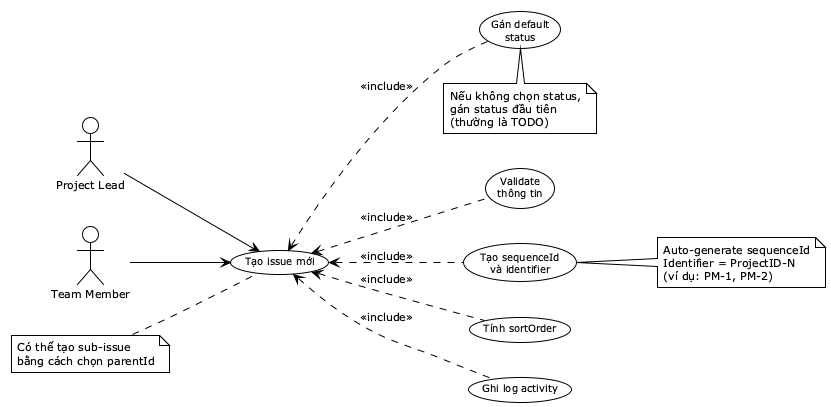
Earlier version of the PlantUML export reports/dat-examples/report/images/uc03_1_create_issue.png (toantran292/datn). Its diagram source:
```plantuml
@startuml
!theme plain
skinparam defaultFontSize 11
skinparam usecaseFontSize 10

left to right direction

actor "Project Lead" as PL
actor "Team Member" as TM

usecase "Tạo issue mới" as UC_Create
usecase "Validate\nthông tin" as UC_Validate
usecase "Tạo sequenceId\nvà identifier" as UC_GenID
usecase "Gán default\nstatus" as UC_DefaultStatus
usecase "Tính sortOrder" as UC_SortOrder
usecase "Ghi log activity" as UC_LogActivity

PL --> UC_Create
TM --> UC_Create

UC_Validate .up.> UC_Create : <<include>>
UC_GenID .up.> UC_Create : <<include>>
UC_DefaultStatus .up.> UC_Create : <<include>>
UC_SortOrder .up.> UC_Create : <<include>>
UC_LogActivity .up.> UC_Create : <<include>>

note right of UC_GenID
  Auto-generate sequenceId
  Identifier = ProjectID-N
  (ví dụ: PM-1, PM-2)
end note

note bottom of UC_DefaultStatus
  Nếu không chọn status,
  gán status đầu tiên
  (thường là TODO)
end note

note left of UC_Create
  Có thể tạo sub-issue
  bằng cách chọn parentId
end note

@enduml
```
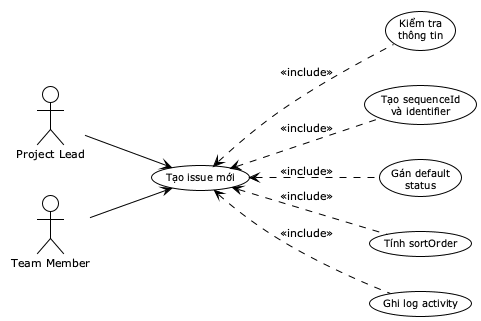
After the change.

Diff of the diagram source:
```diff
@@ -9,7 +9,7 @@
 actor "Team Member" as TM
 
 usecase "Tạo issue mới" as UC_Create
-usecase "Validate\nthông tin" as UC_Validate
+usecase "Kiểm tra\nthông tin" as UC_Validate
 usecase "Tạo sequenceId\nvà identifier" as UC_GenID
 usecase "Gán default\nstatus" as UC_DefaultStatus
 usecase "Tính sortOrder" as UC_SortOrder
@@ -24,21 +24,7 @@
 UC_SortOrder .up.> UC_Create : <<include>>
 UC_LogActivity .up.> UC_Create : <<include>>
 
-note right of UC_GenID
-  Auto-generate sequenceId
-  Identifier = ProjectID-N
-  (ví dụ: PM-1, PM-2)
-end note
 
-note bottom of UC_DefaultStatus
-  Nếu không chọn status,
-  gán status đầu tiên
-  (thường là TODO)
-end note
 
-note left of UC_Create
-  Có thể tạo sub-issue
-  bằng cách chọn parentId
-end note
 
 @enduml
```
